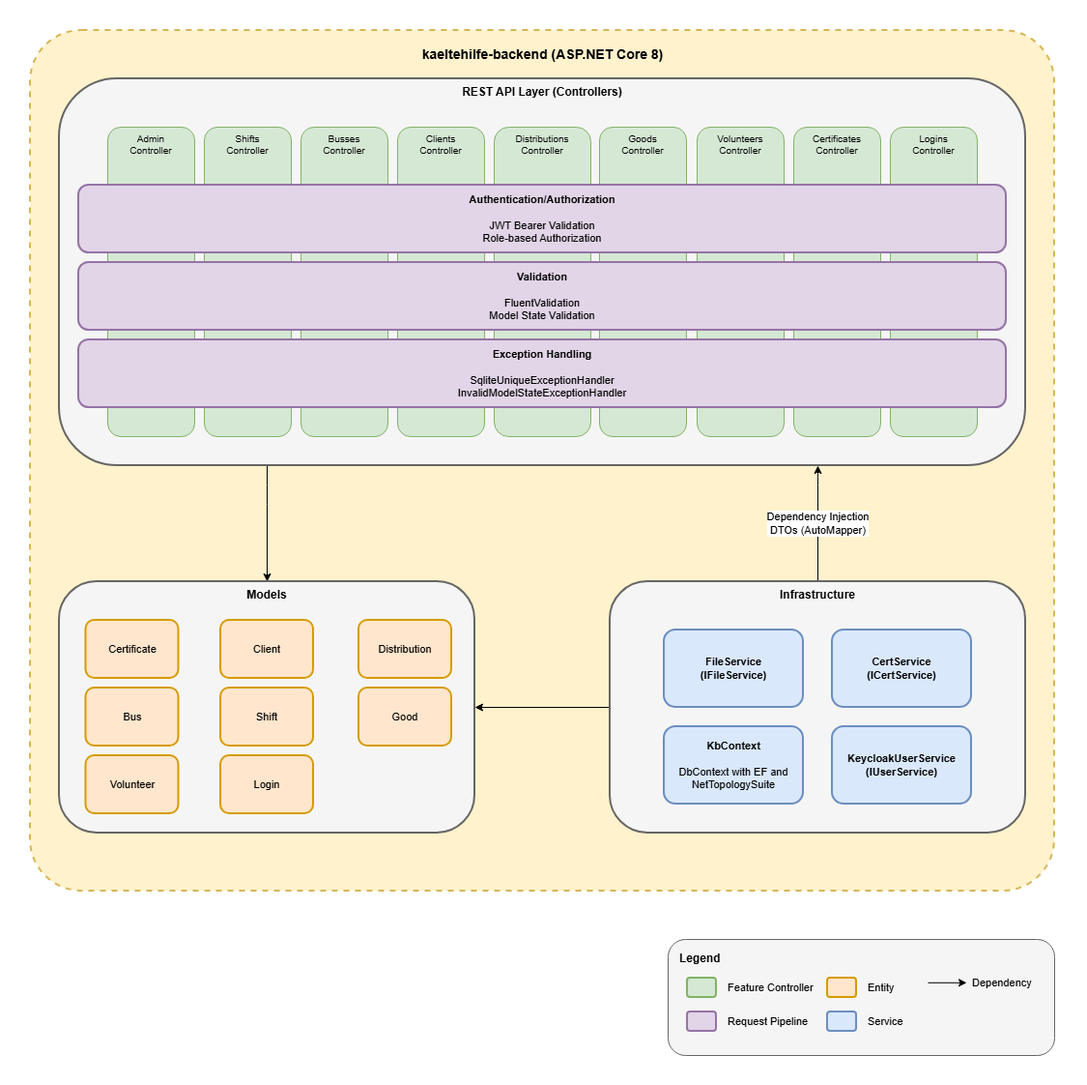
The draw.io diagram docs/img/architecture/4_whitebox_backend.drawio.png in Businesskasper/kaeltehilfe, before a commit. Source tidied: cells renumbered, new cells last; positions are measured from the earlier drawing's top-left corner, leaving out a move shared by most shapes. Its diagram source:
```xml
<mxGraphModel>
  <root>
    <mxCell id="0" />
    <mxCell id="1" parent="0" />
    <mxCell id="2" style="rounded=1;whiteSpace=wrap;html=1;fillColor=#fff2cc;strokeColor=#d6b656;strokeWidth=2;dashed=1;arcSize=6;" parent="1" vertex="1">
      <mxGeometry width="1060" height="890" as="geometry" />
    </mxCell>
    <mxCell id="3" value="&lt;b&gt;kaeltehilfe-backend (ASP.NET Core 8)&lt;/b&gt;" style="text;html=1;align=center;verticalAlign=middle;strokeColor=none;fillColor=none;fontSize=14;" parent="1" vertex="1">
      <mxGeometry x="375" y="10" width="310" height="30" as="geometry" />
    </mxCell>
    <mxCell id="4" value="Dependency Injection&lt;br&gt;DTOs (AutoMapper)" style="edgeStyle=orthogonalEdgeStyle;rounded=1;jettySize=auto;html=1;curved=0;startArrow=classic;startFill=1;endArrow=none;endFill=0;" parent="1" edge="1" source="6" target="18">
      <mxGeometry relative="1" as="geometry">
        <Array as="points">
          <mxPoint x="815" y="460" />
          <mxPoint x="815" y="460" />
        </Array>
      </mxGeometry>
    </mxCell>
    <mxCell id="5" style="edgeStyle=orthogonalEdgeStyle;rounded=1;jettySize=auto;html=1;curved=0;" parent="1" edge="1" source="6" target="23">
      <mxGeometry relative="1" as="geometry">
        <Array as="points">
          <mxPoint x="245" y="480" />
          <mxPoint x="245" y="480" />
        </Array>
      </mxGeometry>
    </mxCell>
    <mxCell id="6" value="&lt;b&gt;REST API Layer (Controllers)&lt;/b&gt;" style="rounded=1;whiteSpace=wrap;html=1;fillColor=#f5f5f5;strokeColor=#666666;strokeWidth=2;fontSize=12;verticalAlign=top;" parent="1" vertex="1">
      <mxGeometry x="30" y="50" width="1000" height="400" as="geometry" />
    </mxCell>
    <mxCell id="7" value="Admin&lt;br&gt;Controller" style="rounded=1;whiteSpace=wrap;html=1;fillColor=#d5e8d4;strokeColor=#82b366;fontSize=10;verticalAlign=top;" parent="1" vertex="1">
      <mxGeometry x="80" y="100" width="90" height="320" as="geometry" />
    </mxCell>
    <mxCell id="8" value="Shifts&lt;br&gt;Controller" style="rounded=1;whiteSpace=wrap;html=1;fillColor=#d5e8d4;strokeColor=#82b366;fontSize=10;verticalAlign=top;" parent="1" vertex="1">
      <mxGeometry x="180" y="100" width="90" height="320" as="geometry" />
    </mxCell>
    <mxCell id="9" value="Busses&lt;br&gt;Controller" style="rounded=1;whiteSpace=wrap;html=1;fillColor=#d5e8d4;strokeColor=#82b366;fontSize=10;verticalAlign=top;" parent="1" vertex="1">
      <mxGeometry x="280" y="100" width="90" height="320" as="geometry" />
    </mxCell>
    <mxCell id="10" value="Clients&lt;br&gt;Controller" style="rounded=1;whiteSpace=wrap;html=1;fillColor=#d5e8d4;strokeColor=#82b366;fontSize=10;verticalAlign=top;" parent="1" vertex="1">
      <mxGeometry x="380" y="100" width="90" height="320" as="geometry" />
    </mxCell>
    <mxCell id="11" value="Distributions&lt;br&gt;Controller" style="rounded=1;whiteSpace=wrap;html=1;fillColor=#d5e8d4;strokeColor=#82b366;fontSize=10;verticalAlign=top;" parent="1" vertex="1">
      <mxGeometry x="480" y="100" width="100" height="320" as="geometry" />
    </mxCell>
    <mxCell id="12" value="Goods&lt;br&gt;Controller" style="rounded=1;whiteSpace=wrap;html=1;fillColor=#d5e8d4;strokeColor=#82b366;fontSize=10;verticalAlign=top;" parent="1" vertex="1">
      <mxGeometry x="589" y="100" width="90" height="320" as="geometry" />
    </mxCell>
    <mxCell id="13" value="Volunteers&lt;br&gt;Controller" style="rounded=1;whiteSpace=wrap;html=1;fillColor=#d5e8d4;strokeColor=#82b366;fontSize=10;verticalAlign=top;" parent="1" vertex="1">
      <mxGeometry x="690" y="100" width="90" height="320" as="geometry" />
    </mxCell>
    <mxCell id="14" value="Logins&lt;br&gt;Controller" style="rounded=1;whiteSpace=wrap;html=1;fillColor=#d5e8d4;strokeColor=#82b366;fontSize=10;verticalAlign=top;" parent="1" vertex="1">
      <mxGeometry x="890" y="100" width="90" height="320" as="geometry" />
    </mxCell>
    <mxCell id="15" value="Certificates&lt;br&gt;Controller" style="rounded=1;whiteSpace=wrap;html=1;fillColor=#d5e8d4;strokeColor=#82b366;fontSize=10;verticalAlign=top;" parent="1" vertex="1">
      <mxGeometry x="790" y="100" width="90" height="320" as="geometry" />
    </mxCell>
    <mxCell id="16" value="&lt;b&gt;Validation&lt;/b&gt;&lt;br&gt;&lt;br&gt;FluentValidation&lt;br&gt;Model State Validation" style="rounded=1;whiteSpace=wrap;html=1;fillColor=#e1d5e7;strokeColor=#9673a6;strokeWidth=2;fontSize=11;" parent="1" vertex="1">
      <mxGeometry x="50" y="240" width="960" height="70" as="geometry" />
    </mxCell>
    <mxCell id="17" style="edgeStyle=orthogonalEdgeStyle;rounded=0;jettySize=auto;html=1;" parent="1" edge="1" source="18" target="23">
      <mxGeometry relative="1" as="geometry" />
    </mxCell>
    <mxCell id="18" value="&lt;b&gt;Infrastructure&lt;/b&gt;" style="rounded=1;whiteSpace=wrap;html=1;fillColor=#f5f5f5;strokeColor=#666666;strokeWidth=2;fontSize=12;verticalAlign=top;" parent="1" vertex="1">
      <mxGeometry x="600" y="570" width="430" height="260" as="geometry" />
    </mxCell>
    <mxCell id="19" value="&lt;b&gt;KbContext&lt;/b&gt;&lt;br&gt;&lt;br&gt;DbContext with EF and NetTopologySuite" style="rounded=1;whiteSpace=wrap;html=1;fillColor=#dae8fc;strokeColor=#6c8ebf;strokeWidth=2;fontSize=11;" parent="1" vertex="1">
      <mxGeometry x="656" y="720" width="144" height="80" as="geometry" />
    </mxCell>
    <mxCell id="20" value="&lt;b&gt;FileService&lt;br&gt;(IFileService)&lt;/b&gt;" style="rounded=1;whiteSpace=wrap;html=1;fillColor=#dae8fc;strokeColor=#6c8ebf;strokeWidth=2;fontSize=11;" parent="1" vertex="1">
      <mxGeometry x="656" y="620" width="144" height="80" as="geometry" />
    </mxCell>
    <mxCell id="21" value="&lt;b&gt;CertService&lt;br&gt;(ICertService)&lt;/b&gt;" style="rounded=1;whiteSpace=wrap;html=1;fillColor=#dae8fc;strokeColor=#6c8ebf;strokeWidth=2;fontSize=11;" parent="1" vertex="1">
      <mxGeometry x="830" y="620" width="144" height="80" as="geometry" />
    </mxCell>
    <mxCell id="22" value="&lt;b&gt;KeycloakUserService&lt;br&gt;(IUserService)&lt;/b&gt;" style="rounded=1;whiteSpace=wrap;html=1;fillColor=#dae8fc;strokeColor=#6c8ebf;strokeWidth=2;fontSize=11;" parent="1" vertex="1">
      <mxGeometry x="830" y="720" width="144" height="80" as="geometry" />
    </mxCell>
    <mxCell id="23" value="&lt;b&gt;Models&lt;/b&gt;" style="rounded=1;whiteSpace=wrap;html=1;fillColor=#f5f5f5;strokeColor=#666666;strokeWidth=2;fontSize=12;verticalAlign=top;" parent="1" vertex="1">
      <mxGeometry x="30" y="570" width="430" height="260" as="geometry" />
    </mxCell>
    <mxCell id="24" value="Certificate" style="rounded=1;whiteSpace=wrap;html=1;fillColor=#ffe6cc;strokeColor=#d79b00;strokeWidth=2;fontSize=11;" parent="1" vertex="1">
      <mxGeometry x="57.5" y="610" width="96" height="60" as="geometry" />
    </mxCell>
    <mxCell id="25" value="&lt;b&gt;Authentication/Authorization&lt;/b&gt;&lt;br&gt;&lt;br&gt;JWT Bearer Validation&lt;br&gt;Role-based Authorization" style="rounded=1;whiteSpace=wrap;html=1;fillColor=#e1d5e7;strokeColor=#9673a6;strokeWidth=2;fontSize=11;" parent="1" vertex="1">
      <mxGeometry x="50" y="160" width="960" height="70" as="geometry" />
    </mxCell>
    <mxCell id="26" value="Distribution" style="rounded=1;whiteSpace=wrap;html=1;fillColor=#ffe6cc;strokeColor=#d79b00;strokeWidth=2;fontSize=11;" parent="1" vertex="1">
      <mxGeometry x="340" y="610" width="96" height="60" as="geometry" />
    </mxCell>
    <mxCell id="27" value="Client" style="rounded=1;whiteSpace=wrap;html=1;fillColor=#ffe6cc;strokeColor=#d79b00;strokeWidth=2;fontSize=11;" parent="1" vertex="1">
      <mxGeometry x="197" y="610" width="96" height="60" as="geometry" />
    </mxCell>
    <mxCell id="28" value="Good" style="rounded=1;whiteSpace=wrap;html=1;fillColor=#ffe6cc;strokeColor=#d79b00;strokeWidth=2;fontSize=11;" parent="1" vertex="1">
      <mxGeometry x="340" y="680" width="96" height="60" as="geometry" />
    </mxCell>
    <mxCell id="29" value="Bus" style="rounded=1;whiteSpace=wrap;html=1;fillColor=#ffe6cc;strokeColor=#d79b00;strokeWidth=2;fontSize=11;" parent="1" vertex="1">
      <mxGeometry x="57.5" y="680" width="96" height="60" as="geometry" />
    </mxCell>
    <mxCell id="30" value="Shift" style="rounded=1;whiteSpace=wrap;html=1;fillColor=#ffe6cc;strokeColor=#d79b00;strokeWidth=2;fontSize=11;" parent="1" vertex="1">
      <mxGeometry x="197" y="680" width="96" height="60" as="geometry" />
    </mxCell>
    <mxCell id="31" value="Volunteer" style="rounded=1;whiteSpace=wrap;html=1;fillColor=#ffe6cc;strokeColor=#d79b00;strokeWidth=2;fontSize=11;" parent="1" vertex="1">
      <mxGeometry x="57.5" y="750" width="96" height="60" as="geometry" />
    </mxCell>
    <mxCell id="32" value="Login" style="rounded=1;whiteSpace=wrap;html=1;fillColor=#ffe6cc;strokeColor=#d79b00;strokeWidth=2;fontSize=11;" parent="1" vertex="1">
      <mxGeometry x="197" y="750" width="96" height="60" as="geometry" />
    </mxCell>
    <mxCell id="33" value="&lt;b&gt;Exception Handling&lt;/b&gt;&lt;br&gt;&lt;br&gt;SqliteUniqueExceptionHandler&lt;br&gt;InvalidModelStateExceptionHandler" style="rounded=1;whiteSpace=wrap;html=1;fillColor=#e1d5e7;strokeColor=#9673a6;strokeWidth=2;fontSize=11;" parent="1" vertex="1">
      <mxGeometry x="50" y="320" width="960" height="70" as="geometry" />
    </mxCell>
    <mxCell id="34" style="rounded=1;whiteSpace=wrap;html=1;fillColor=#f5f5f5;strokeColor=#666666;strokeWidth=1;dashed=0;" parent="1" vertex="1">
      <mxGeometry x="660" y="940" width="400" height="120" as="geometry" />
    </mxCell>
    <mxCell id="35" value="&lt;b&gt;Legend&lt;/b&gt;" style="text;html=1;align=left;verticalAlign=middle;strokeColor=none;fillColor=none;fontSize=12;" parent="1" vertex="1">
      <mxGeometry x="670" y="945" width="70" height="30" as="geometry" />
    </mxCell>
    <mxCell id="36" style="rounded=1;whiteSpace=wrap;html=1;fillColor=#d5e8d4;strokeColor=#82b366;strokeWidth=2;" parent="1" vertex="1">
      <mxGeometry x="680" y="980" width="30" height="20" as="geometry" />
    </mxCell>
    <mxCell id="37" value="Feature Controller" style="text;html=1;align=left;verticalAlign=middle;strokeColor=none;fillColor=none;fontSize=11;" parent="1" vertex="1">
      <mxGeometry x="720" y="975" width="110" height="30" as="geometry" />
    </mxCell>
    <mxCell id="38" style="rounded=1;whiteSpace=wrap;html=1;fillColor=#e1d5e7;strokeColor=#9673a6;strokeWidth=2;" parent="1" vertex="1">
      <mxGeometry x="680" y="1015" width="30" height="20" as="geometry" />
    </mxCell>
    <mxCell id="39" value="Request Pipeline" style="text;html=1;align=left;verticalAlign=middle;strokeColor=none;fillColor=none;fontSize=11;" parent="1" vertex="1">
      <mxGeometry x="720" y="1010" width="110" height="30" as="geometry" />
    </mxCell>
    <mxCell id="40" style="group;" parent="1" vertex="1">
      <mxGeometry x="929" y="970" width="134.4" height="30" as="geometry" />
    </mxCell>
    <mxCell id="41" style="endArrow=classic;html=1;" parent="40" edge="1">
      <mxGeometry relative="1" as="geometry">
        <mxPoint y="14.8" as="sourcePoint" />
        <mxPoint x="40" y="14.8" as="targetPoint" />
      </mxGeometry>
    </mxCell>
    <mxCell id="42" value="Dependency" style="text;html=1;align=left;verticalAlign=middle;strokeColor=none;fillColor=none;fontSize=11;" parent="40" vertex="1">
      <mxGeometry x="44.4" width="90" height="30" as="geometry" />
    </mxCell>
    <mxCell id="43" style="rounded=1;whiteSpace=wrap;html=1;fillColor=#ffe6cc;strokeColor=#d79b00;strokeWidth=2;" parent="1" vertex="1">
      <mxGeometry x="825" y="980" width="30" height="20" as="geometry" />
    </mxCell>
    <mxCell id="44" value="Entity" style="text;html=1;align=left;verticalAlign=middle;strokeColor=none;fillColor=none;fontSize=11;" parent="1" vertex="1">
      <mxGeometry x="865" y="975" width="50" height="30" as="geometry" />
    </mxCell>
    <mxCell id="45" style="rounded=1;whiteSpace=wrap;html=1;fillColor=#dae8fc;strokeColor=#6c8ebf;strokeWidth=2;" parent="1" vertex="1">
      <mxGeometry x="825" y="1015" width="30" height="20" as="geometry" />
    </mxCell>
    <mxCell id="46" value="Service" style="text;html=1;align=left;verticalAlign=middle;strokeColor=none;fillColor=none;fontSize=11;" parent="1" vertex="1">
      <mxGeometry x="865" y="1010" width="60" height="30" as="geometry" />
    </mxCell>
  </root>
</mxGraphModel>
```
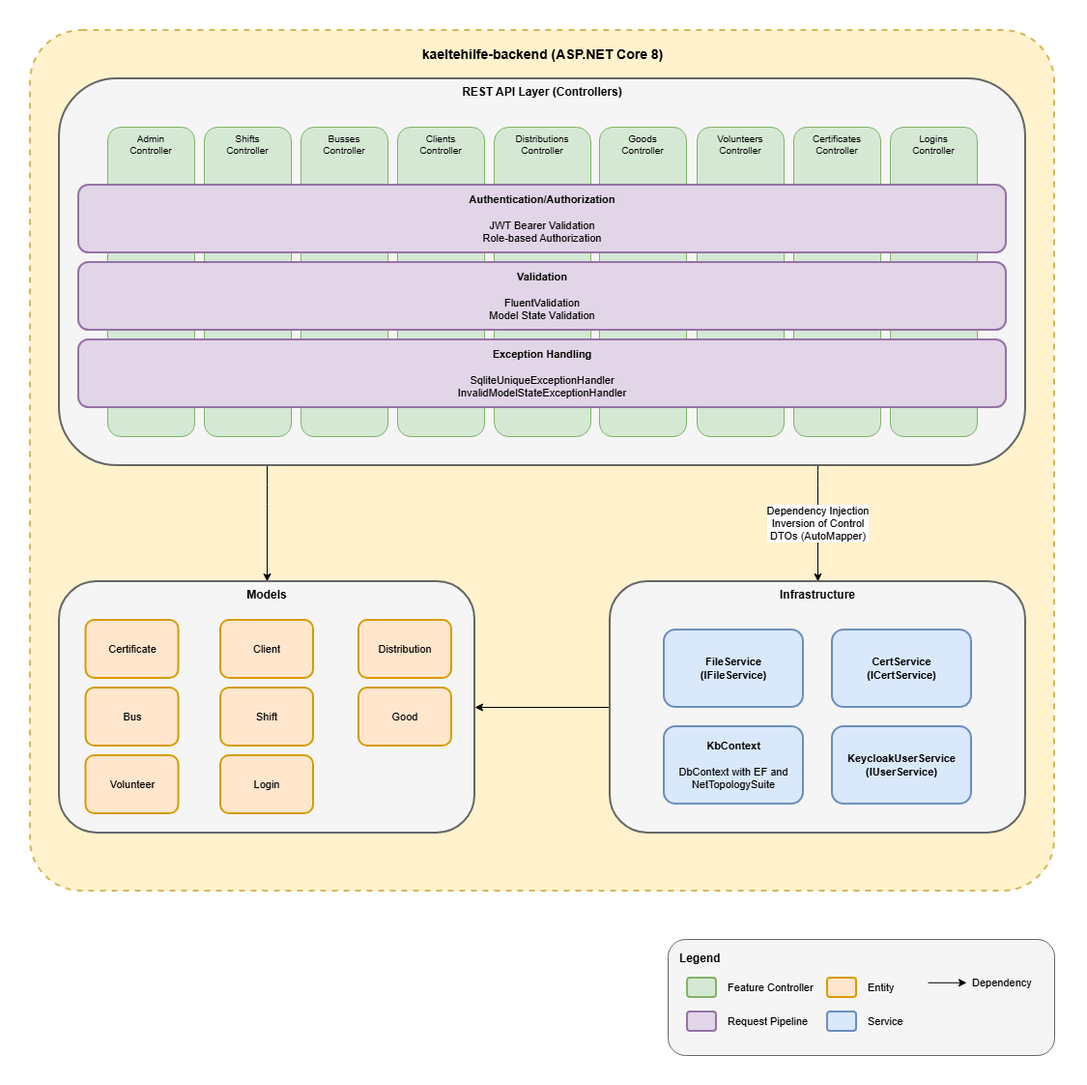
After the change.

Commit message:
docu: Fix backend whitebox dependency

The edit, as a diff of the source:
```diff
@@ -8,7 +8,7 @@
     <mxCell id="3" value="&lt;b&gt;kaeltehilfe-backend (ASP.NET Core 8)&lt;/b&gt;" style="text;html=1;align=center;verticalAlign=middle;strokeColor=none;fillColor=none;fontSize=14;" parent="1" vertex="1">
       <mxGeometry x="375" y="10" width="310" height="30" as="geometry" />
     </mxCell>
-    <mxCell id="4" value="Dependency Injection&lt;br&gt;DTOs (AutoMapper)" style="edgeStyle=orthogonalEdgeStyle;rounded=1;jettySize=auto;html=1;curved=0;startArrow=classic;startFill=1;endArrow=none;endFill=0;" parent="1" edge="1" source="6" target="18">
+    <mxCell id="4" value="Dependency Injection&lt;br&gt;Inversion of Control&lt;br&gt;DTOs (AutoMapper)" style="edgeStyle=orthogonalEdgeStyle;rounded=1;jettySize=auto;html=1;curved=0;startArrow=none;startFill=0;endArrow=classic;endFill=1;" parent="1" edge="1" source="6" target="18">
       <mxGeometry relative="1" as="geometry">
         <Array as="points">
           <mxPoint x="815" y="460" />
```
